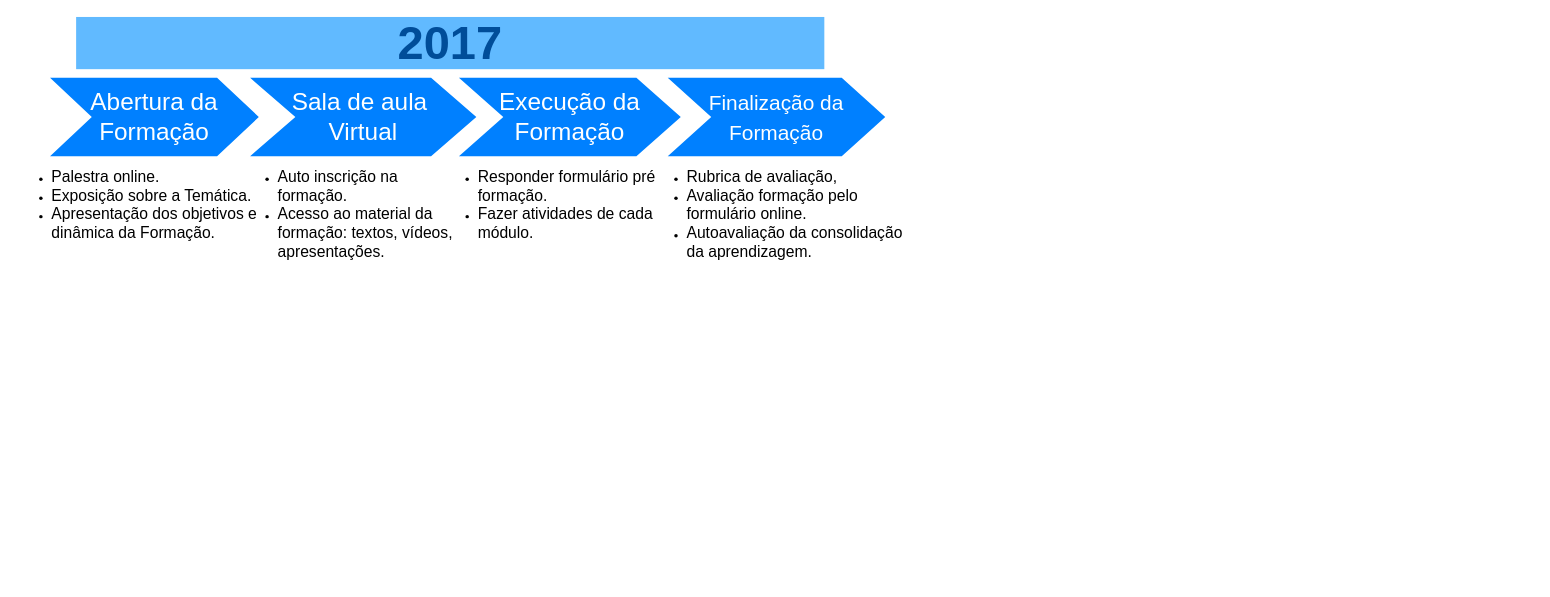
The draw.io diagram ecossistemadaformação.drawio in RosianeSangali/RosianeSangali, before the edit. Source tidied: cells renumbered, new cells numbered last; positions are measured from the earlier drawing's top-left corner, leaving out a move shared by most shapes. Both pictures are drawn from the tidied source at 87%, with x=0, y=0 at pixel (15, 17).
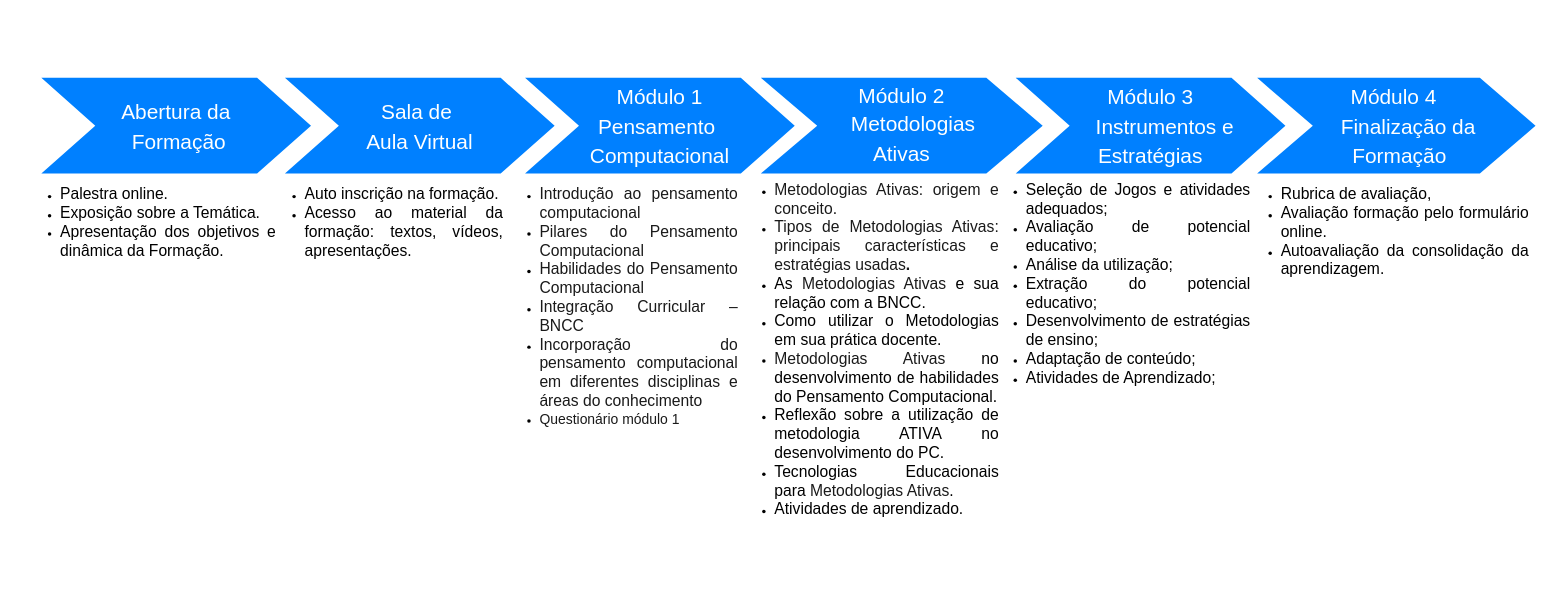
Above is the later version.

What changed in the source:
```diff
@@
 <mxGraphModel>
   <root>
     <mxCell id="0" />
     <mxCell id="1" parent="0" />
-    <mxCell id="2" value="Abertura da Formação" style="shape=step;whiteSpace=wrap;html=1;fontSize=28;fillColor=#0080FF;fontColor=#FFFFFF;strokeColor=none;" parent="1" vertex="1">
-      <mxGeometry x="40" y="70" width="240" height="90" as="geometry" />
-    </mxCell>
-    <mxCell id="3" value="2017" style="text;html=1;strokeColor=none;fillColor=#61BAFF;align=center;verticalAlign=middle;whiteSpace=wrap;fontSize=54;fontStyle=1;fontColor=#004D99;" parent="1" vertex="1">
-      <mxGeometry x="70" width="860" height="60" as="geometry" />
-    </mxCell>
-    <mxCell id="4" value="&lt;ul&gt;&lt;li&gt;&lt;font style=&quot;vertical-align: inherit; font-size: 18px;&quot;&gt;Palestra online.&lt;/font&gt;&lt;/li&gt;&lt;li&gt;&lt;font style=&quot;vertical-align: inherit; font-size: 18px;&quot;&gt;Exposição sobre a Temática.&lt;/font&gt;&lt;/li&gt;&lt;li&gt;&lt;font style=&quot;vertical-align: inherit; font-size: 18px;&quot;&gt;Apresentação dos objetivos e dinâmica da Formação.&lt;/font&gt;&lt;/li&gt;&lt;/ul&gt;" style="text;spacingTop=-5;fillColor=#ffffff;whiteSpace=wrap;html=1;align=left;fontSize=12;fontFamily=Helvetica;fillColor=none;strokeColor=none;" parent="1" vertex="1">
-      <mxGeometry y="160" width="290" height="470" as="geometry" />
+    <mxCell id="4" value="&lt;ul&gt;&lt;li style=&quot;text-align: justify;&quot;&gt;&lt;font style=&quot;vertical-align: inherit; font-size: 18px;&quot;&gt;Palestra online.&lt;/font&gt;&lt;/li&gt;&lt;li style=&quot;text-align: justify;&quot;&gt;&lt;font style=&quot;vertical-align: inherit; font-size: 18px;&quot;&gt;Exposição sobre a Temática.&lt;/font&gt;&lt;/li&gt;&lt;li style=&quot;text-align: justify;&quot;&gt;&lt;font style=&quot;vertical-align: inherit; font-size: 18px;&quot;&gt;Apresentação dos objetivos e dinâmica da Formação.&lt;/font&gt;&lt;/li&gt;&lt;/ul&gt;" style="text;spacingTop=-5;fillColor=#ffffff;whiteSpace=wrap;html=1;align=left;fontSize=12;fontFamily=Helvetica;fillColor=none;strokeColor=none;" parent="1" vertex="1">
+      <mxGeometry x="10" y="180" width="290" height="470" as="geometry" />
     </mxCell>
-    <mxCell id="5" value="Sala de aula&amp;nbsp;&lt;div&gt;Virtual&lt;/div&gt;" style="shape=step;whiteSpace=wrap;html=1;fontSize=28;fillColor=#0080FF;fontColor=#FFFFFF;strokeColor=none;" parent="1" vertex="1">
-      <mxGeometry x="270" y="70" width="260" height="90" as="geometry" />
-    </mxCell>
-    <mxCell id="6" value="&lt;ul&gt;&lt;li&gt;&lt;span style=&quot;font-size: 18px;&quot;&gt;Auto inscrição na formação.&lt;/span&gt;&lt;/li&gt;&lt;li&gt;&lt;span style=&quot;font-size: 18px;&quot;&gt;Acesso ao material da formação: textos, vídeos, apresentações.&lt;/span&gt;&lt;/li&gt;&lt;/ul&gt;" style="text;spacingTop=-5;fillColor=#ffffff;whiteSpace=wrap;html=1;align=left;fontSize=12;fontFamily=Helvetica;fillColor=none;strokeColor=none;" parent="1" vertex="1">
-      <mxGeometry x="260" y="160" width="265" height="470" as="geometry" />
+    <mxCell id="6" value="&lt;ul&gt;&lt;li style=&quot;text-align: justify;&quot;&gt;&lt;span style=&quot;font-size: 18px;&quot;&gt;Auto inscrição na formação.&lt;/span&gt;&lt;/li&gt;&lt;li style=&quot;text-align: justify;&quot;&gt;&lt;span style=&quot;font-size: 18px;&quot;&gt;Acesso ao material da formação: textos, vídeos, apresentações.&lt;/span&gt;&lt;/li&gt;&lt;/ul&gt;" style="text;spacingTop=-5;fillColor=#ffffff;whiteSpace=wrap;html=1;align=left;fontSize=12;fontFamily=Helvetica;fillColor=none;strokeColor=none;" parent="1" vertex="1">
+      <mxGeometry x="291" y="180" width="270" height="470" as="geometry" />
     </mxCell>
-    <mxCell id="7" value="Execução da Formação" style="shape=step;whiteSpace=wrap;html=1;fontSize=28;fillColor=#0080FF;fontColor=#FFFFFF;strokeColor=none;" parent="1" vertex="1">
-      <mxGeometry x="510" y="70" width="255" height="90" as="geometry" />
+    <mxCell id="7" value="&lt;font style=&quot;vertical-align: inherit; font-size: 24px;&quot;&gt;Módulo 1&lt;/font&gt;&lt;div&gt;&lt;font style=&quot;vertical-align: inherit; font-size: 24px;&quot;&gt;Pensamento&amp;nbsp;&lt;/font&gt;&lt;/div&gt;&lt;div&gt;&lt;font style=&quot;vertical-align: inherit; font-size: 24px;&quot;&gt;Computacional&lt;/font&gt;&lt;/div&gt;" style="shape=step;whiteSpace=wrap;html=1;fontSize=28;fillColor=#0080FF;fontColor=#FFFFFF;strokeColor=none;" parent="1" vertex="1">
+      <mxGeometry x="586" y="70" width="310" height="110" as="geometry" />
     </mxCell>
-    <mxCell id="8" value="&lt;ul&gt;&lt;li&gt;&lt;font style=&quot;font-size: 18px;&quot;&gt;Responder formulário pré formação.&lt;/font&gt;&lt;/li&gt;&lt;li&gt;&lt;font style=&quot;font-size: 18px;&quot;&gt;Fazer atividades de cada módulo.&lt;/font&gt;&lt;/li&gt;&lt;/ul&gt;" style="text;spacingTop=-5;fillColor=#ffffff;whiteSpace=wrap;html=1;align=left;fontSize=12;fontFamily=Helvetica;fillColor=none;strokeColor=none;" parent="1" vertex="1">
-      <mxGeometry x="490" y="160" width="270" height="470" as="geometry" />
+    <mxCell id="8" value="&lt;ul&gt;&lt;li style=&quot;text-align: justify; box-sizing: border-box;&quot;&gt;&lt;font color=&quot;#1a1a1a&quot; style=&quot;font-size: 18px;&quot;&gt;Introdução ao pensamento computacional&lt;/font&gt;&lt;/li&gt;&lt;li style=&quot;text-align: justify; box-sizing: border-box;&quot;&gt;&lt;font color=&quot;#1a1a1a&quot; style=&quot;font-size: 18px;&quot;&gt;Pilares do Pensamento Computacional&lt;/font&gt;&lt;/li&gt;&lt;li style=&quot;text-align: justify; box-sizing: border-box;&quot;&gt;&lt;font color=&quot;#1a1a1a&quot; style=&quot;font-size: 18px;&quot;&gt;Habilidades do Pensamento Computacional&lt;/font&gt;&lt;/li&gt;&lt;li style=&quot;text-align: justify; box-sizing: border-box;&quot;&gt;&lt;font color=&quot;#1a1a1a&quot; style=&quot;font-size: 18px;&quot;&gt;Integração Curricular – BNCC&lt;/font&gt;&lt;/li&gt;&lt;li style=&quot;text-align: justify; box-sizing: border-box;&quot;&gt;&lt;font color=&quot;#1a1a1a&quot; style=&quot;font-size: 18px;&quot;&gt;Incorporação do pensamento computacional em diferentes disciplinas e áreas do conhecimento&lt;/font&gt;&lt;/li&gt;&lt;li style=&quot;box-sizing: border-box;&quot;&gt;&lt;font color=&quot;#1a1a1a&quot; size=&quot;3&quot;&gt;Questionário módulo 1&lt;/font&gt;&lt;/li&gt;&lt;/ul&gt;" style="text;spacingTop=-5;fillColor=#ffffff;whiteSpace=wrap;html=1;align=left;fontSize=12;fontFamily=Helvetica;fillColor=none;strokeColor=none;" parent="1" vertex="1">
+      <mxGeometry x="561" y="180" width="270" height="470" as="geometry" />
     </mxCell>
-    <mxCell id="9" value="&lt;font style=&quot;vertical-align: inherit; font-size: 24px;&quot;&gt;Finalização da Formação&lt;/font&gt;" style="shape=step;whiteSpace=wrap;html=1;fontSize=28;fillColor=#0080FF;fontColor=#FFFFFF;strokeColor=none;" parent="1" vertex="1">
-      <mxGeometry x="750" y="70" width="250" height="90" as="geometry" />
+    <mxCell id="9" value="&lt;font style=&quot;vertical-align: inherit; font-size: 24px;&quot;&gt;Módulo 4&amp;nbsp;&lt;/font&gt;&lt;div&gt;&lt;font style=&quot;vertical-align: inherit; font-size: 24px;&quot;&gt;&amp;nbsp; &amp;nbsp; Finalização da&lt;/font&gt;&lt;/div&gt;&lt;div&gt;&lt;font style=&quot;vertical-align: inherit; font-size: 24px;&quot;&gt;&amp;nbsp;Formação&lt;/font&gt;&lt;/div&gt;" style="shape=step;whiteSpace=wrap;html=1;fontSize=28;fillColor=#0080FF;fontColor=#FFFFFF;strokeColor=none;" parent="1" vertex="1">
+      <mxGeometry x="1427.5" y="70" width="320" height="110" as="geometry" />
     </mxCell>
-    <mxCell id="10" value="&lt;ul&gt;&lt;li&gt;&lt;font style=&quot;font-size: 18px;&quot;&gt;Rubrica de avaliação,&amp;nbsp;&lt;/font&gt;&lt;/li&gt;&lt;li&gt;&lt;font style=&quot;font-size: 18px;&quot;&gt;Avaliação formação pelo formulário online.&lt;/font&gt;&lt;/li&gt;&lt;li&gt;&lt;font style=&quot;font-size: 18px;&quot;&gt;Autoavaliação da consolidação da aprendizagem.&lt;/font&gt;&lt;/li&gt;&lt;/ul&gt;" style="text;spacingTop=-5;fillColor=#ffffff;whiteSpace=wrap;html=1;align=left;fontSize=12;fontFamily=Helvetica;fillColor=none;strokeColor=none;" parent="1" vertex="1">
-      <mxGeometry x="730" y="160" width="300" height="470" as="geometry" />
+    <mxCell id="10" value="&lt;ul&gt;&lt;li style=&quot;text-align: justify;&quot;&gt;&lt;font style=&quot;font-size: 18px;&quot;&gt;Rubrica de avaliação,&amp;nbsp;&lt;/font&gt;&lt;/li&gt;&lt;li style=&quot;text-align: justify;&quot;&gt;&lt;font style=&quot;font-size: 18px;&quot;&gt;Avaliação formação pelo formulário online.&lt;/font&gt;&lt;/li&gt;&lt;li style=&quot;text-align: justify;&quot;&gt;&lt;font style=&quot;font-size: 18px;&quot;&gt;Autoavaliação da consolidação da aprendizagem.&lt;/font&gt;&lt;/li&gt;&lt;/ul&gt;" style="text;spacingTop=-5;fillColor=#ffffff;whiteSpace=wrap;html=1;align=left;fontSize=12;fontFamily=Helvetica;fillColor=none;strokeColor=none;" parent="1" vertex="1">
+      <mxGeometry x="1413" y="180" width="327" height="470" as="geometry" />
     </mxCell>
+    <mxCell id="11" value="&lt;div&gt;&lt;font style=&quot;font-size: 24px;&quot;&gt;&lt;br&gt;&lt;/font&gt;&lt;/div&gt;&lt;font style=&quot;font-size: 24px;&quot;&gt;&lt;div&gt;&lt;font style=&quot;font-size: 24px;&quot;&gt;&lt;br&gt;&lt;/font&gt;&lt;/div&gt;Módulo 2&lt;/font&gt;&lt;div&gt;&lt;span style=&quot;font-size: 24px;&quot;&gt;&amp;nbsp; &amp;nbsp; Metodologias&lt;/span&gt;&lt;/div&gt;&lt;div&gt;&lt;span style=&quot;font-size: 24px;&quot;&gt;Ativas&lt;br&gt;&lt;/span&gt;&lt;div&gt;&lt;br&gt;&lt;/div&gt;&lt;div&gt;&lt;span style=&quot;font-size: 24px;&quot;&gt;&lt;br&gt;&lt;/span&gt;&lt;/div&gt;&lt;/div&gt;" style="shape=step;whiteSpace=wrap;html=1;fontSize=28;fillColor=#0080FF;fontColor=#FFFFFF;strokeColor=none;" parent="1" vertex="1">
+      <mxGeometry x="857" y="70" width="324" height="110" as="geometry" />
+    </mxCell>
+    <mxCell id="12" value="&lt;div&gt;&lt;font style=&quot;vertical-align: inherit; font-size: 24px;&quot;&gt;Módulo 3&lt;/font&gt;&lt;/div&gt;&lt;div&gt;&lt;font style=&quot;font-size: 24px;&quot;&gt;&amp;nbsp; &amp;nbsp; &amp;nbsp;Instrumentos e Estratégias&lt;/font&gt;&lt;/div&gt;" style="shape=step;whiteSpace=wrap;html=1;fontSize=28;fillColor=#0080FF;fontColor=#FFFFFF;strokeColor=none;" parent="1" vertex="1">
+      <mxGeometry x="1150" y="70" width="310" height="110" as="geometry" />
+    </mxCell>
+    <mxCell id="13" value="&lt;ul&gt;&lt;li style=&quot;box-sizing: border-box;&quot; aria-level=&quot;1&quot; dir=&quot;ltr&quot;&gt;&lt;p style=&quot;text-align: justify; box-sizing: border-box; margin-top: 0px; margin-bottom: 0px;&quot; role=&quot;presentation&quot; dir=&quot;ltr&quot;&gt;&lt;span style=&quot;box-sizing: border-box;&quot; id=&quot;docs-internal-guid-09c2cb4e-7fff-3fa4-86e5-8bea68e13f08&quot;&gt;&lt;font color=&quot;#1a1a1a&quot; style=&quot;font-size: 18px;&quot;&gt;Metodologias Ativas: origem e conceito.&lt;/font&gt;&lt;/span&gt;&lt;/p&gt;&lt;/li&gt;&lt;li style=&quot;box-sizing: border-box;&quot; aria-level=&quot;1&quot; dir=&quot;ltr&quot;&gt;&lt;p style=&quot;text-align: justify; box-sizing: border-box; margin-top: 0px; margin-bottom: 0px;&quot; role=&quot;presentation&quot; dir=&quot;ltr&quot;&gt;&lt;span style=&quot;box-sizing: border-box;&quot; id=&quot;docs-internal-guid-09c2cb4e-7fff-3fa4-86e5-8bea68e13f08&quot;&gt;&lt;font style=&quot;font-size: 18px;&quot; color=&quot;#1a1a1a&quot;&gt;Tipos de&amp;nbsp;Metodologias Ativas: principais características e estratégias usadas&lt;span style=&quot;font-weight: bolder;&quot;&gt;.&lt;/span&gt;&lt;/font&gt;&lt;/span&gt;&lt;/p&gt;&lt;/li&gt;&lt;li style=&quot;box-sizing: border-box;&quot; aria-level=&quot;1&quot; dir=&quot;ltr&quot;&gt;&lt;p style=&quot;text-align: justify; box-sizing: border-box; margin-top: 0px; margin-bottom: 0px;&quot; role=&quot;presentation&quot; dir=&quot;ltr&quot;&gt;&lt;span style=&quot;box-sizing: border-box;&quot; id=&quot;docs-internal-guid-09c2cb4e-7fff-3fa4-86e5-8bea68e13f08&quot;&gt;&lt;font style=&quot;font-size: 18px;&quot;&gt;As&amp;nbsp;&lt;span style=&quot;color: rgb(26, 26, 26);&quot;&gt;Metodologias Ativas&lt;/span&gt;&amp;nbsp;e sua relação com a BNCC.&lt;/font&gt;&lt;/span&gt;&lt;/p&gt;&lt;/li&gt;&lt;li style=&quot;box-sizing: border-box;&quot; aria-level=&quot;1&quot; dir=&quot;ltr&quot;&gt;&lt;p style=&quot;text-align: justify; box-sizing: border-box; margin-top: 0px; margin-bottom: 0px;&quot; role=&quot;presentation&quot; dir=&quot;ltr&quot;&gt;&lt;span style=&quot;box-sizing: border-box;&quot; id=&quot;docs-internal-guid-09c2cb4e-7fff-3fa4-86e5-8bea68e13f08&quot;&gt;&lt;font style=&quot;font-size: 18px;&quot;&gt;Como utilizar o Metodologias em sua prática docente.&lt;/font&gt;&lt;/span&gt;&lt;/p&gt;&lt;/li&gt;&lt;li style=&quot;box-sizing: border-box;&quot; aria-level=&quot;1&quot; dir=&quot;ltr&quot;&gt;&lt;p style=&quot;text-align: justify; box-sizing: border-box; margin-top: 0px; margin-bottom: 0px;&quot; role=&quot;presentation&quot; dir=&quot;ltr&quot;&gt;&lt;span style=&quot;box-sizing: border-box;&quot; id=&quot;docs-internal-guid-09c2cb4e-7fff-3fa4-86e5-8bea68e13f08&quot;&gt;&lt;font style=&quot;font-size: 18px;&quot;&gt;&lt;span style=&quot;color: rgb(26, 26, 26); background-color: initial;&quot;&gt;Metodologias Ativas&lt;/span&gt;&amp;nbsp;no desenvolvimento de habilidades do Pensamento Computacional.&lt;/font&gt;&lt;/span&gt;&lt;/p&gt;&lt;/li&gt;&lt;li style=&quot;box-sizing: border-box;&quot; aria-level=&quot;1&quot; dir=&quot;ltr&quot;&gt;&lt;p style=&quot;text-align: justify; box-sizing: border-box; margin-top: 0px; margin-bottom: 0px;&quot; role=&quot;presentation&quot; dir=&quot;ltr&quot;&gt;&lt;span style=&quot;box-sizing: border-box;&quot; id=&quot;docs-internal-guid-09c2cb4e-7fff-3fa4-86e5-8bea68e13f08&quot;&gt;&lt;font style=&quot;font-size: 18px;&quot;&gt;Reflexão sobre a utilização de metodologia ATIVA no desenvolvimento do PC.&lt;/font&gt;&lt;/span&gt;&lt;/p&gt;&lt;/li&gt;&lt;li style=&quot;box-sizing: border-box;&quot; aria-level=&quot;1&quot; dir=&quot;ltr&quot;&gt;&lt;p style=&quot;text-align: justify; box-sizing: border-box; margin-top: 0px; margin-bottom: 0px;&quot; role=&quot;presentation&quot; dir=&quot;ltr&quot;&gt;&lt;span style=&quot;box-sizing: border-box;&quot; id=&quot;docs-internal-guid-09c2cb4e-7fff-3fa4-86e5-8bea68e13f08&quot;&gt;&lt;font style=&quot;font-size: 18px;&quot;&gt;Tecnologias Educacionais para&amp;nbsp;&lt;span style=&quot;color: rgb(26, 26, 26);&quot;&gt;Metodologias Ativas&lt;/span&gt;.&lt;/font&gt;&lt;/span&gt;&lt;/p&gt;&lt;/li&gt;&lt;li style=&quot;box-sizing: border-box;&quot; aria-level=&quot;1&quot; dir=&quot;ltr&quot;&gt;&lt;p style=&quot;text-align: justify; box-sizing: border-box; margin-top: 0px; margin-bottom: 0px;&quot; role=&quot;presentation&quot; dir=&quot;ltr&quot;&gt;&lt;font style=&quot;font-size: 18px;&quot;&gt;&lt;span style=&quot;box-sizing: border-box;&quot; id=&quot;docs-internal-guid-09c2cb4e-7fff-3fa4-86e5-8bea68e13f08&quot;&gt;Atividades de aprendizado.&lt;/span&gt;&lt;span style=&quot;box-sizing: border-box; font-weight: bolder;&quot; id=&quot;docs-internal-guid-09c2cb4e-7fff-3fa4-86e5-8bea68e13f08&quot;&gt;&amp;nbsp;&lt;/span&gt;&lt;/font&gt;&lt;/p&gt;&lt;/li&gt;&lt;/ul&gt;" style="text;spacingTop=-5;fillColor=#ffffff;whiteSpace=wrap;html=1;align=left;fontSize=12;fontFamily=Helvetica;fillColor=none;strokeColor=none;" parent="1" vertex="1">
+      <mxGeometry x="831" y="175" width="300" height="470" as="geometry" />
+    </mxCell>
+    <mxCell id="14" value="&lt;ul&gt;&lt;li style=&quot;text-align: justify; box-sizing: border-box;&quot;&gt;&lt;font style=&quot;font-size: 18px;&quot;&gt;Seleção de Jogos e atividades adequados;&lt;/font&gt;&lt;/li&gt;&lt;li style=&quot;text-align: justify; box-sizing: border-box;&quot;&gt;&lt;font style=&quot;font-size: 18px;&quot;&gt;Avaliação de potencial educativo;&lt;/font&gt;&lt;/li&gt;&lt;li style=&quot;text-align: justify; box-sizing: border-box;&quot;&gt;&lt;font style=&quot;font-size: 18px;&quot;&gt;Análise da utilização;&lt;/font&gt;&lt;/li&gt;&lt;li style=&quot;text-align: justify; box-sizing: border-box;&quot;&gt;&lt;span style=&quot;box-sizing: border-box;&quot;&gt;&lt;font style=&quot;font-size: 18px;&quot;&gt;Extração do potencial educativo;&lt;/font&gt;&lt;/span&gt;&lt;/li&gt;&lt;li style=&quot;text-align: justify; box-sizing: border-box;&quot;&gt;&lt;font style=&quot;font-size: 18px;&quot;&gt;Desenvolvimento de estratégias de ensino;&lt;/font&gt;&lt;/li&gt;&lt;li style=&quot;text-align: justify; box-sizing: border-box;&quot;&gt;&lt;font style=&quot;font-size: 18px;&quot;&gt;Adaptação de conteúdo;&lt;/font&gt;&lt;/li&gt;&lt;li style=&quot;text-align: justify; box-sizing: border-box;&quot;&gt;&lt;font style=&quot;font-size: 18px;&quot;&gt;Atividades de Aprendizado;&lt;/font&gt;&lt;/li&gt;&lt;/ul&gt;" style="text;spacingTop=-5;fillColor=#ffffff;whiteSpace=wrap;html=1;align=left;fontSize=12;fontFamily=Helvetica;fillColor=none;strokeColor=none;" parent="1" vertex="1">
+      <mxGeometry x="1120" y="175" width="300" height="470" as="geometry" />
+    </mxCell>
+    <mxCell id="15" value="&lt;span style=&quot;font-size: 24px;&quot;&gt;Sala de&amp;nbsp;&lt;/span&gt;&lt;div&gt;&lt;span style=&quot;font-size: 24px;&quot;&gt;Aula Virtual&lt;/span&gt;&lt;/div&gt;" style="shape=step;whiteSpace=wrap;html=1;fontSize=28;fillColor=#0080FF;fontColor=#FFFFFF;strokeColor=none;" parent="1" vertex="1">
+      <mxGeometry x="310" y="70" width="310" height="110" as="geometry" />
+    </mxCell>
+    <mxCell id="2" value="&lt;span style=&quot;font-size: 24px;&quot;&gt;Abertura da&lt;/span&gt;&lt;div&gt;&lt;span style=&quot;font-size: 24px;&quot;&gt;&amp;nbsp;Formação&lt;/span&gt;&lt;/div&gt;" style="shape=step;whiteSpace=wrap;html=1;fontSize=28;fillColor=#0080FF;fontColor=#FFFFFF;strokeColor=none;" parent="1" vertex="1">
+      <mxGeometry x="30" y="70" width="310" height="110" as="geometry" />
+    </mxCell>
   </root>
 </mxGraphModel>
```
